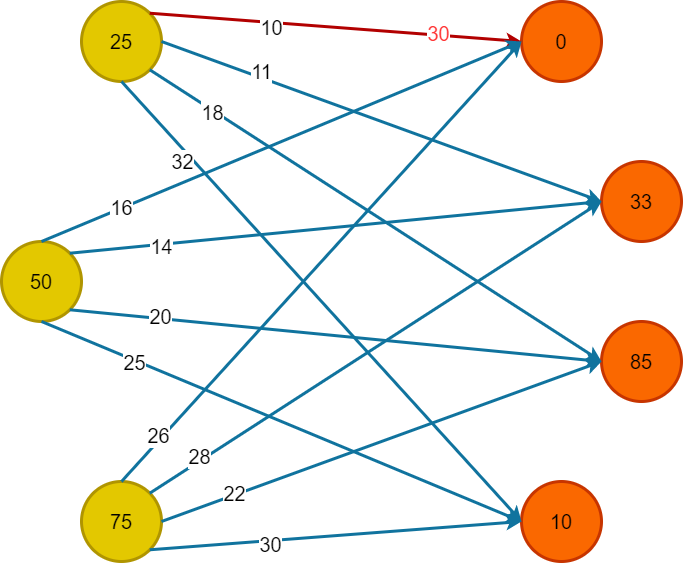
Earlier version of the draw.io export Диаграмма без названия.drawio.png (Che10vec/temp). Source tidied: cells renumbered, new cells last; positions are measured from the earlier drawing's top-left corner, leaving out a move shared by most shapes.
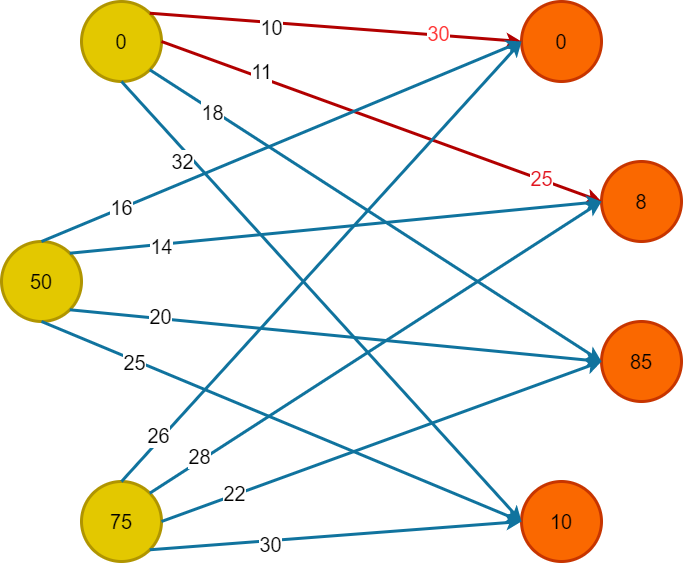
Above is the later version.

What changed in the source:
```diff
@@ -2,7 +2,7 @@
   <root>
     <mxCell id="0" />
     <mxCell id="1" parent="0" />
-    <mxCell id="2" value="25" style="ellipse;whiteSpace=wrap;html=1;fillColor=#e3c800;strokeColor=#B09500;strokeWidth=3;fontColor=#000000;fontSize=20;" parent="1" vertex="1">
+    <mxCell id="2" value="0" style="ellipse;whiteSpace=wrap;html=1;fillColor=#e3c800;strokeColor=#B09500;strokeWidth=3;fontColor=#000000;fontSize=20;" parent="1" vertex="1">
       <mxGeometry x="80" width="80" height="80" as="geometry" />
     </mxCell>
     <mxCell id="3" value="0" style="ellipse;whiteSpace=wrap;html=1;strokeWidth=3;fillColor=#fa6800;strokeColor=#C73500;fontColor=#000000;fontSize=20;" parent="1" vertex="1">
@@ -11,7 +11,7 @@
     <mxCell id="4" value="50" style="ellipse;whiteSpace=wrap;html=1;fillColor=#e3c800;strokeColor=#B09500;strokeWidth=3;fontColor=#000000;fontSize=20;" parent="1" vertex="1">
       <mxGeometry y="240" width="80" height="80" as="geometry" />
     </mxCell>
-    <mxCell id="5" value="33" style="ellipse;whiteSpace=wrap;html=1;strokeWidth=3;fillColor=#fa6800;strokeColor=#C73500;fontColor=#000000;fontSize=20;" parent="1" vertex="1">
+    <mxCell id="5" value="8" style="ellipse;whiteSpace=wrap;html=1;strokeWidth=3;fillColor=#fa6800;strokeColor=#C73500;fontColor=#000000;fontSize=20;" parent="1" vertex="1">
       <mxGeometry x="600" y="160" width="80" height="80" as="geometry" />
     </mxCell>
     <mxCell id="6" value="85" style="ellipse;whiteSpace=wrap;html=1;strokeWidth=3;fillColor=#fa6800;strokeColor=#C73500;fontColor=#000000;fontSize=20;" parent="1" vertex="1">
@@ -34,7 +34,7 @@
     <mxCell id="11" value="30" style="edgeLabel;html=1;align=center;verticalAlign=middle;fontSize=20;fontColor=#FF3333;" parent="9" vertex="1">
       <mxGeometry x="0.55" y="2" relative="1" as="geometry" />
     </mxCell>
-    <mxCell id="12" style="endArrow=classic;html=1;rounded=0;exitX=1;exitY=0.5;exitDx=0;exitDy=0;entryX=0;entryY=0.5;entryDx=0;entryDy=0;fillColor=#b1ddf0;strokeColor=#10739e;strokeWidth=3;fontSize=20;" parent="1" edge="1" source="2" target="5">
+    <mxCell id="12" style="endArrow=classic;html=1;rounded=0;exitX=1;exitY=0.5;exitDx=0;exitDy=0;entryX=0;entryY=0.5;entryDx=0;entryDy=0;fillColor=#e51400;strokeColor=#B20000;strokeWidth=3;fontSize=20;" parent="1" edge="1" source="2" target="5">
       <mxGeometry relative="1" as="geometry" />
     </mxCell>
     <mxCell id="13" value="11" style="edgeLabel;html=1;align=center;verticalAlign=middle;fontSize=20;" parent="12" vertex="1">
@@ -42,6 +42,9 @@
         <mxPoint x="-40" y="-16" as="offset" />
       </mxGeometry>
     </mxCell>
+    <mxCell id="34" value="25" style="edgeLabel;html=1;align=center;verticalAlign=middle;fontColor=#e1141e;rotation=0;fontSize=20;" parent="12" vertex="1">
+      <mxGeometry x="0.72" y="1" relative="1" as="geometry" />
+    </mxCell>
     <mxCell id="14" style="endArrow=classic;html=1;rounded=0;exitX=0.5;exitY=1;exitDx=0;exitDy=0;entryX=0;entryY=0.5;entryDx=0;entryDy=0;fillColor=#b1ddf0;strokeColor=#10739e;strokeWidth=3;fontSize=20;" parent="1" edge="1" source="2" target="8">
       <mxGeometry relative="1" as="geometry" />
     </mxCell>
```
